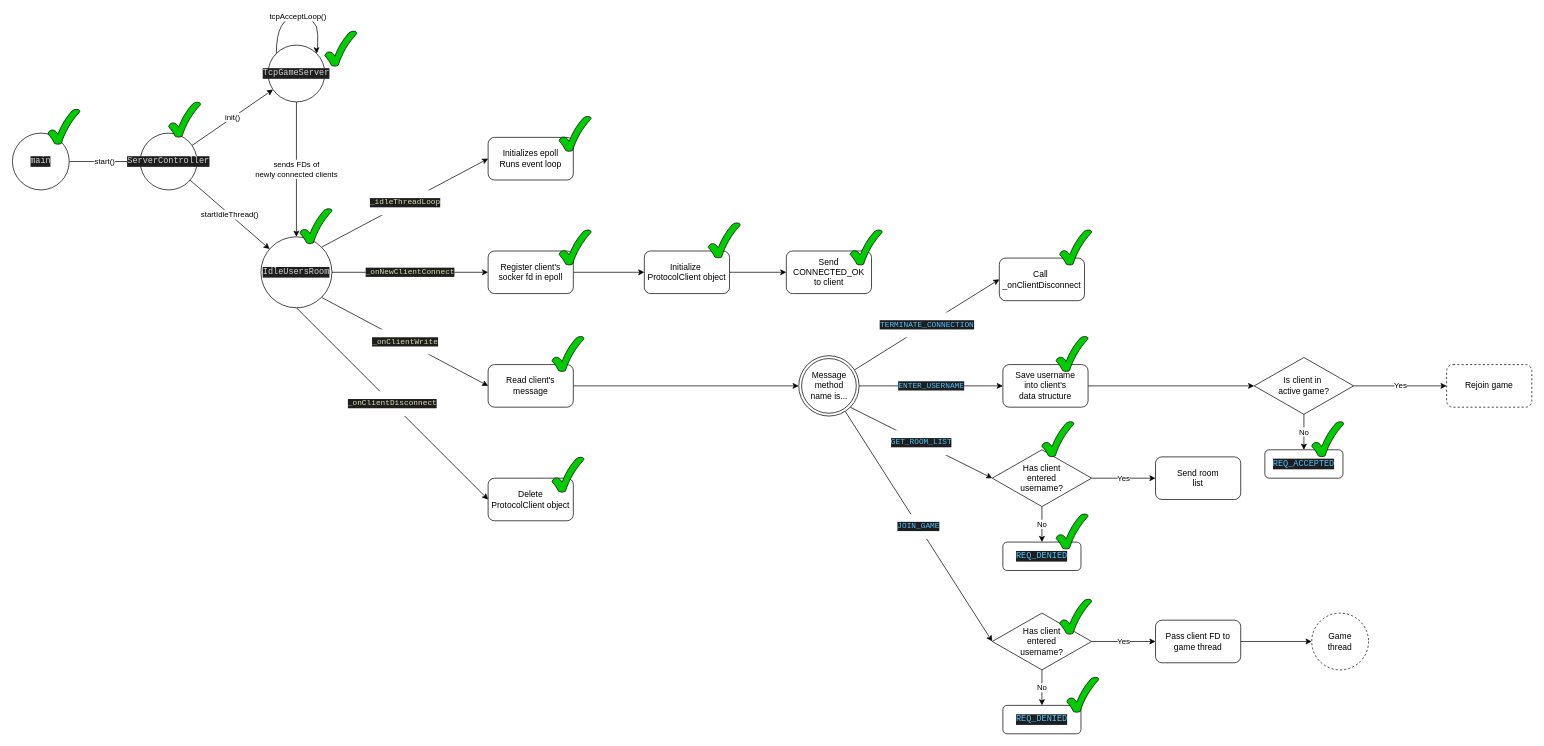
Before: doc/server_FSM_graph_v1.1.drawio in jonas-s-s-s/UpsServer, a draw.io diagram. Source tidied: cells renumbered, new cells numbered last; positions are measured from the earlier drawing's top-left corner, leaving out a move shared by most shapes. Both pictures are drawn from the tidied source at 71%, with x=0, y=0 at pixel (12, 16).
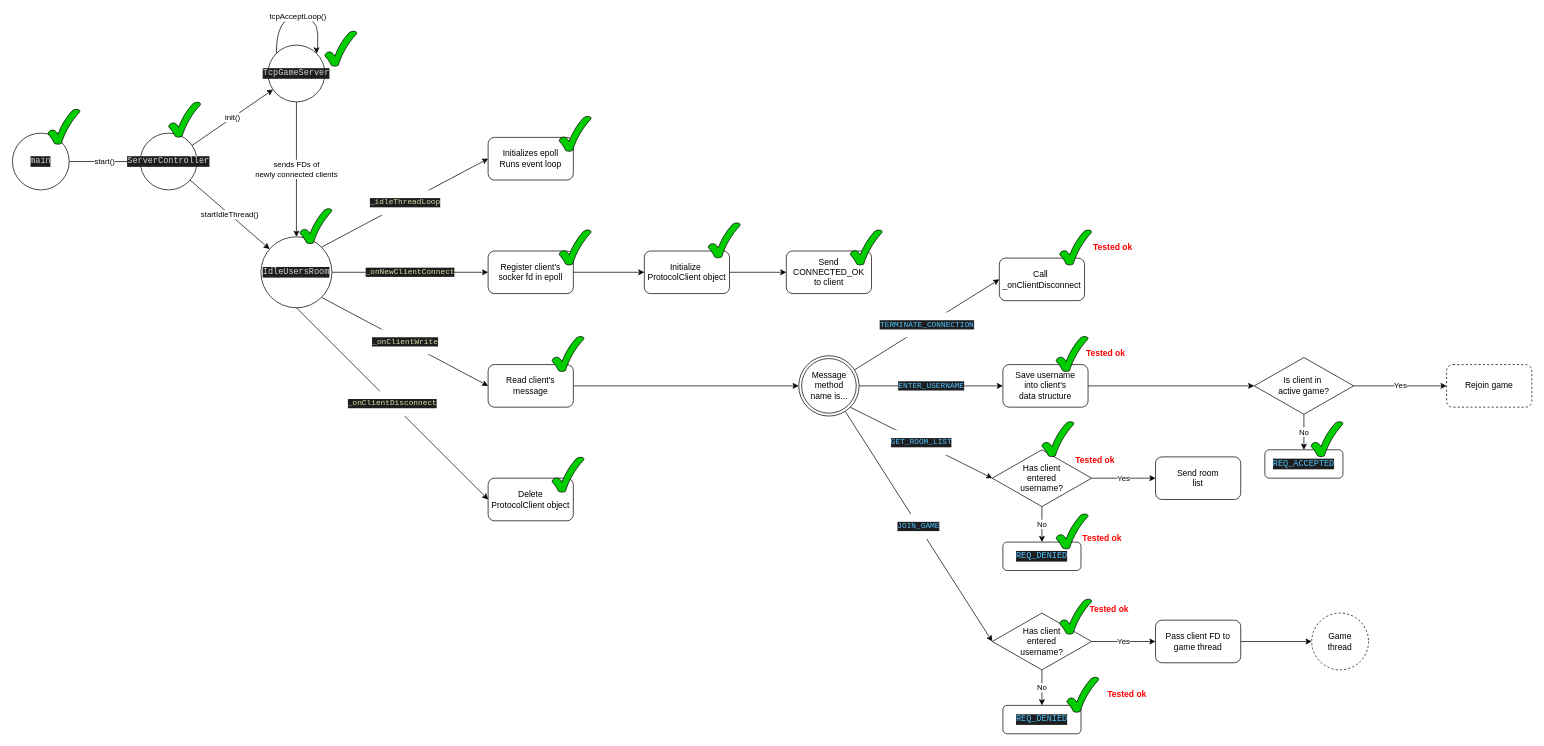
Above is the later version.

Diff of the diagram source:
```diff
@@
     <mxCell id="61" style="verticalLabelPosition=bottom;verticalAlign=top;html=1;shape=mxgraph.basic.tick;fillColor=#00CC00;" parent="1" vertex="1">
-      <mxGeometry x="1830" y="570" width="45" height="50" as="geometry" />
+      <mxGeometry x="1829" y="570" width="45" height="50" as="geometry" />
     </mxCell>
@@
+    <mxCell id="66" value="Tested ok" style="text;html=1;strokeColor=none;fillColor=none;align=center;verticalAlign=middle;whiteSpace=wrap;rounded=0;fontStyle=1;fontColor=#FF0000;" parent="1" vertex="1">
+      <mxGeometry x="1520" y="310" width="60" height="30" as="geometry" />
+    </mxCell>
+    <mxCell id="67" value="Tested ok" style="text;html=1;strokeColor=none;fillColor=none;align=center;verticalAlign=middle;whiteSpace=wrap;rounded=0;fontStyle=1;fontColor=#FF0000;" parent="1" vertex="1">
+      <mxGeometry x="1540" y="940" width="60" height="30" as="geometry" />
+    </mxCell>
+    <mxCell id="68" value="Tested ok" style="text;html=1;strokeColor=none;fillColor=none;align=center;verticalAlign=middle;whiteSpace=wrap;rounded=0;fontStyle=1;fontColor=#FF0000;" parent="1" vertex="1">
+      <mxGeometry x="1510" y="460" width="60" height="30" as="geometry" />
+    </mxCell>
+    <mxCell id="69" value="Tested ok" style="text;html=1;strokeColor=none;fillColor=none;align=center;verticalAlign=middle;whiteSpace=wrap;rounded=0;fontStyle=1;fontColor=#FF0000;" parent="1" vertex="1">
+      <mxGeometry x="1495" y="610" width="60" height="30" as="geometry" />
+    </mxCell>
+    <mxCell id="70" value="Tested ok" style="text;html=1;strokeColor=none;fillColor=none;align=center;verticalAlign=middle;whiteSpace=wrap;rounded=0;fontStyle=1;fontColor=#FF0000;" parent="1" vertex="1">
+      <mxGeometry x="1505" y="720" width="60" height="30" as="geometry" />
+    </mxCell>
+    <mxCell id="71" value="Tested ok" style="text;html=1;strokeColor=none;fillColor=none;align=center;verticalAlign=middle;whiteSpace=wrap;rounded=0;fontStyle=1;fontColor=#FF0000;" parent="1" vertex="1">
+      <mxGeometry x="1515" y="820" width="60" height="30" as="geometry" />
+    </mxCell>
```
